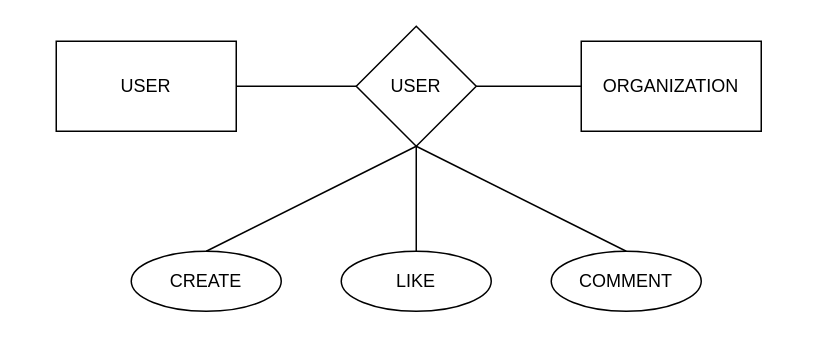
Above: draw/Untitled Diagram.drawio in phanendharreddy/erdiagrams (draw.io), before the change. Source tidied: cells renumbered, new cells numbered last; positions are measured from the earlier drawing's top-left corner, leaving out a move shared by most shapes. Both pictures are drawn from the tidied source at 150%, with x=0, y=0 at pixel (56, 26).
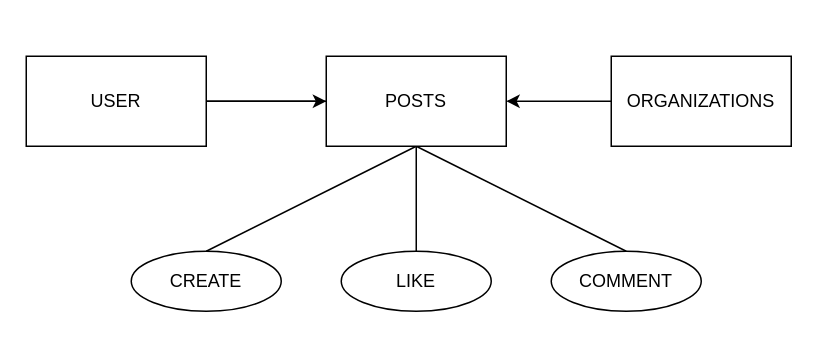
The same diagram, later.

Unchanged cells that the change refers to:
```xml
<mxCell id="11" style="ellipse;whiteSpace=wrap;html=1;" parent="1" vertex="1">
  <mxGeometry x="330" y="150" width="100" height="40" as="geometry" />
</mxCell>
```

The edit, as a diff of the source:
```diff
@@
     <mxCell id="2" style="rounded=0;whiteSpace=wrap;html=1;" parent="1" vertex="1">
-      <mxGeometry y="10" width="120" height="60" as="geometry" />
+      <mxGeometry x="-20" y="20" width="120" height="60" as="geometry" />
     </mxCell>
     <mxCell id="3" style="rounded=0;whiteSpace=wrap;html=1;" parent="1" vertex="1">
-      <mxGeometry x="350" y="10" width="120" height="60" as="geometry" />
+      <mxGeometry x="370" y="20" width="120" height="60" as="geometry" />
     </mxCell>
-    <mxCell id="4" style="rhombus;whiteSpace=wrap;html=1;" parent="1" vertex="1">
-      <mxGeometry x="200" width="80" height="80" as="geometry" />
-    </mxCell>
     <mxCell id="5" style="endArrow=none;html=1;rounded=0;exitX=1;exitY=0.5;exitDx=0;exitDy=0;" parent="1" edge="1" source="2">
       <mxGeometry relative="1" as="geometry">
-        <mxPoint x="200" y="40" as="targetPoint" />
+        <mxPoint x="180" y="50" as="targetPoint" />
       </mxGeometry>
     </mxCell>
-    <mxCell id="6" style="endArrow=none;html=1;rounded=0;exitX=1;exitY=0.5;exitDx=0;exitDy=0;" parent="1" edge="1" source="4">
-      <mxGeometry relative="1" as="geometry">
-        <mxPoint x="350" y="40" as="targetPoint" />
-      </mxGeometry>
-    </mxCell>
@@
-    <mxCell id="12" style="endArrow=none;html=1;rounded=0;entryX=0.5;entryY=0;entryDx=0;entryDy=0;exitX=0.5;exitY=1;exitDx=0;exitDy=0;" parent="1" edge="1" source="4" target="11">
-      <mxGeometry relative="1" as="geometry" />
+    <mxCell id="12" style="endArrow=none;html=1;rounded=0;entryX=0.5;entryY=0;entryDx=0;entryDy=0;exitX=0.5;exitY=1;exitDx=0;exitDy=0;" parent="1" edge="1" target="11">
+      <mxGeometry relative="1" as="geometry">
+        <mxPoint x="240" y="80" as="sourcePoint" />
+      </mxGeometry>
     </mxCell>
     <mxCell id="13" value="USER" style="text;strokeColor=none;align=center;fillColor=none;html=1;verticalAlign=middle;whiteSpace=wrap;rounded=0;" parent="1" vertex="1">
-      <mxGeometry x="30" y="25" width="60" height="30" as="geometry" />
+      <mxGeometry x="10" y="35" width="60" height="30" as="geometry" />
     </mxCell>
-    <mxCell id="14" value="USER" style="text;strokeColor=none;align=center;fillColor=none;html=1;verticalAlign=middle;whiteSpace=wrap;rounded=0;" parent="1" vertex="1">
-      <mxGeometry x="210" y="25" width="60" height="30" as="geometry" />
-    </mxCell>
-    <mxCell id="15" value="&lt;div&gt;ORGANIZATION&lt;/div&gt;" style="text;strokeColor=none;align=center;fillColor=none;html=1;verticalAlign=middle;whiteSpace=wrap;rounded=0;" parent="1" vertex="1">
-      <mxGeometry x="380" y="25" width="60" height="30" as="geometry" />
+    <mxCell id="15" value="&lt;div&gt;ORGANIZATIONS&lt;/div&gt;" style="text;strokeColor=none;align=center;fillColor=none;html=1;verticalAlign=middle;whiteSpace=wrap;rounded=0;" parent="1" vertex="1">
+      <mxGeometry x="400" y="35" width="60" height="30" as="geometry" />
     </mxCell>
@@
+    <mxCell id="19" style="endArrow=classic;html=1;rounded=0;" parent="1" edge="1">
+      <mxGeometry relative="1" as="geometry">
+        <mxPoint x="100" y="50" as="sourcePoint" />
+        <mxPoint x="180" y="50" as="targetPoint" />
+      </mxGeometry>
+    </mxCell>
+    <mxCell id="20" style="endArrow=classic;html=1;rounded=0;" parent="1" edge="1">
+      <mxGeometry relative="1" as="geometry">
+        <mxPoint x="370" y="50" as="sourcePoint" />
+        <mxPoint x="300" y="50" as="targetPoint" />
+      </mxGeometry>
+    </mxCell>
+    <mxCell id="21" style="rounded=0;whiteSpace=wrap;html=1;" parent="1" vertex="1">
+      <mxGeometry x="180" y="20" width="120" height="60" as="geometry" />
+    </mxCell>
+    <mxCell id="22" value="POSTS" style="text;html=1;strokeColor=none;fillColor=none;align=center;verticalAlign=middle;whiteSpace=wrap;rounded=0;" parent="1" vertex="1">
+      <mxGeometry x="210" y="35" width="60" height="30" as="geometry" />
+    </mxCell>
```
